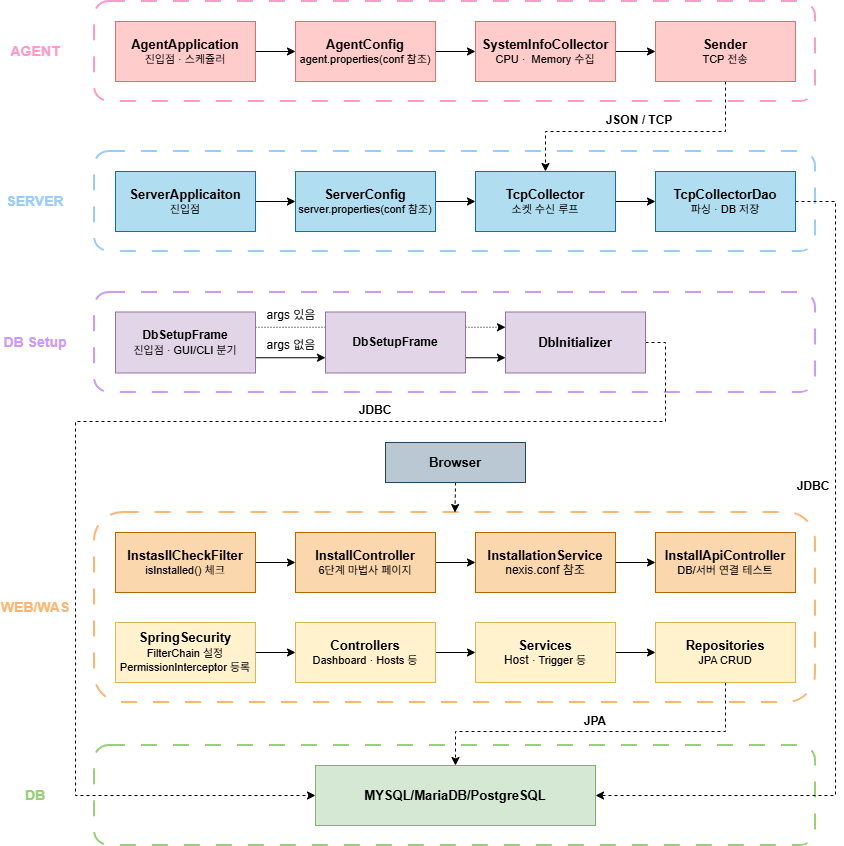
Above: assets/img/설계도.drawio.png in Hyein-Park-git/Portfolio (draw.io), before the change. Source tidied: cells renumbered, new cells last; positions are measured from the earlier drawing's top-left corner, leaving out a move shared by most shapes.
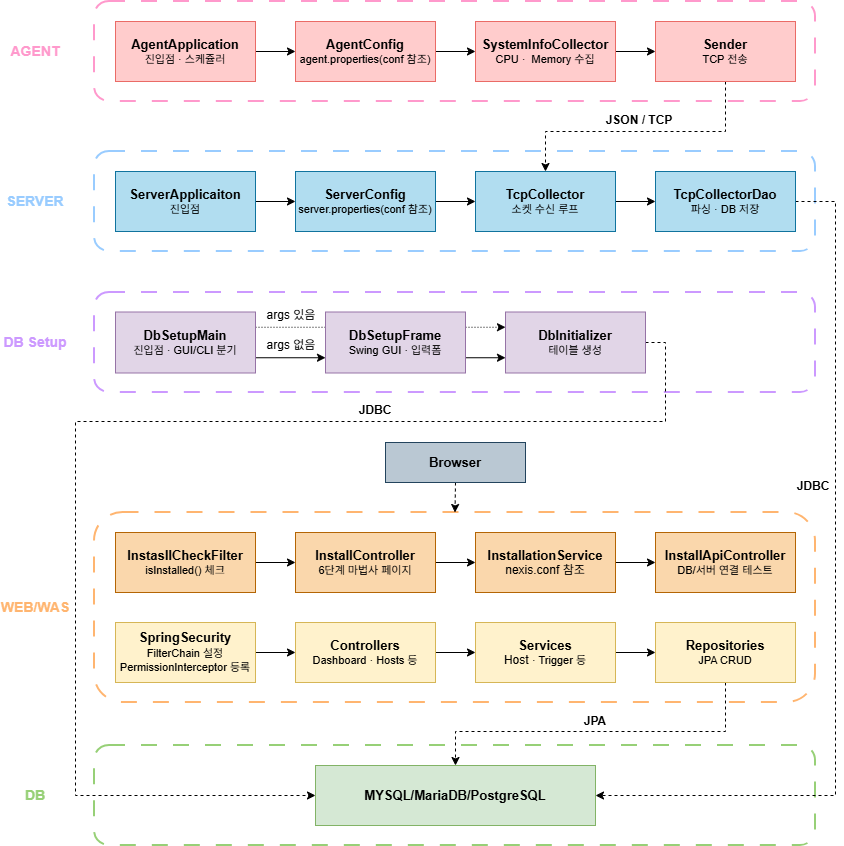
The same diagram one commit later.

The edit, as a diff of the source:
```diff
@@ -81,7 +81,7 @@
     <mxCell id="24" style="edgeStyle=orthogonalEdgeStyle;rounded=0;jettySize=auto;html=1;exitX=1;exitY=0.75;exitDx=0;exitDy=0;entryX=0;entryY=0.75;entryDx=0;entryDy=0;" parent="1" edge="1" source="25" target="27">
       <mxGeometry relative="1" as="geometry" />
     </mxCell>
-    <mxCell id="25" value="&lt;b&gt;DbSetupFrame&lt;/b&gt;" style="rounded=0;whiteSpace=wrap;html=1;fillColor=#e1d5e7;strokeColor=#9673a6;" parent="1" vertex="1">
+    <mxCell id="25" value="&lt;b&gt;&lt;font style=&quot;font-size: 13px;&quot;&gt;DbSetupFrame&lt;/font&gt;&lt;/b&gt;&lt;div&gt;&lt;font style=&quot;font-size: 11px;&quot;&gt;Swing GUI&amp;nbsp;&lt;/font&gt;&lt;span style=&quot;font-size: 11px; background-color: transparent; color: light-dark(rgb(0, 0, 0), rgb(255, 255, 255));&quot;&gt;·&lt;/span&gt;&lt;span style=&quot;font-size: 11px; background-color: transparent; color: light-dark(rgb(0, 0, 0), rgb(255, 255, 255));&quot;&gt;&amp;nbsp;입력폼&lt;/span&gt;&lt;/div&gt;" style="rounded=0;whiteSpace=wrap;html=1;fillColor=#e1d5e7;strokeColor=#9673a6;" parent="1" vertex="1">
       <mxGeometry x="325" y="310.5" width="140" height="61" as="geometry" />
     </mxCell>
     <mxCell id="26" style="edgeStyle=orthogonalEdgeStyle;rounded=0;jettySize=auto;html=1;exitX=1;exitY=0.5;exitDx=0;exitDy=0;dashed=1;entryX=0;entryY=0.5;entryDx=0;entryDy=0;" parent="1" edge="1" source="27" target="45">
@@ -94,7 +94,7 @@
         </Array>
       </mxGeometry>
     </mxCell>
-    <mxCell id="27" value="&lt;b&gt;&lt;font style=&quot;font-size: 13px;&quot;&gt;DbInitializer&lt;/font&gt;&lt;/b&gt;" style="rounded=0;whiteSpace=wrap;html=1;fillColor=#e1d5e7;strokeColor=#9673a6;" parent="1" vertex="1">
+    <mxCell id="27" value="&lt;b&gt;&lt;font style=&quot;font-size: 13px;&quot;&gt;DbInitializer&lt;/font&gt;&lt;/b&gt;&lt;div&gt;&lt;font style=&quot;font-size: 11px;&quot;&gt;테이블 생성&lt;/font&gt;&lt;/div&gt;" style="rounded=0;whiteSpace=wrap;html=1;fillColor=#e1d5e7;strokeColor=#9673a6;" parent="1" vertex="1">
       <mxGeometry x="505" y="310.5" width="140" height="61" as="geometry" />
     </mxCell>
     <mxCell id="28" style="edgeStyle=orthogonalEdgeStyle;rounded=0;jettySize=auto;html=1;exitX=1;exitY=0.5;exitDx=0;exitDy=0;" parent="1" edge="1" source="29" target="33">
@@ -188,7 +188,7 @@
     <mxCell id="55" style="edgeStyle=orthogonalEdgeStyle;rounded=0;jettySize=auto;html=1;exitX=1;exitY=0.75;exitDx=0;exitDy=0;entryX=0;entryY=0.75;entryDx=0;entryDy=0;" parent="1" edge="1" source="56" target="25">
       <mxGeometry relative="1" as="geometry" />
     </mxCell>
-    <mxCell id="56" value="&lt;b&gt;DbSetupFrame&lt;/b&gt;&lt;div&gt;&lt;font style=&quot;font-size: 11px;&quot;&gt;진입점&amp;nbsp;&lt;/font&gt;&lt;span style=&quot;font-size: 11px; background-color: transparent; color: light-dark(rgb(0, 0, 0), rgb(255, 255, 255));&quot;&gt;·&amp;nbsp;&lt;/span&gt;&lt;span style=&quot;font-size: 11px; background-color: transparent; color: light-dark(rgb(0, 0, 0), rgb(255, 255, 255));&quot;&gt;GUI/CLI 분기&lt;/span&gt;&lt;/div&gt;" style="rounded=0;whiteSpace=wrap;html=1;fillColor=#e1d5e7;strokeColor=#9673a6;" parent="1" vertex="1">
+    <mxCell id="56" value="&lt;b&gt;&lt;font style=&quot;font-size: 13px;&quot;&gt;DbSetupMain&lt;/font&gt;&lt;/b&gt;&lt;div&gt;&lt;font style=&quot;font-size: 11px;&quot;&gt;진입점&amp;nbsp;&lt;/font&gt;&lt;span style=&quot;font-size: 11px; background-color: transparent; color: light-dark(rgb(0, 0, 0), rgb(255, 255, 255));&quot;&gt;·&amp;nbsp;&lt;/span&gt;&lt;span style=&quot;font-size: 11px; background-color: transparent; color: light-dark(rgb(0, 0, 0), rgb(255, 255, 255));&quot;&gt;GUI/CLI 분기&lt;/span&gt;&lt;/div&gt;" style="rounded=0;whiteSpace=wrap;html=1;fillColor=#e1d5e7;strokeColor=#9673a6;" parent="1" vertex="1">
       <mxGeometry x="115" y="310.5" width="140" height="61" as="geometry" />
     </mxCell>
     <mxCell id="57" value="args 없음" style="text;html=1;whiteSpace=wrap;strokeColor=none;fillColor=none;align=center;verticalAlign=middle;rounded=0;" parent="1" vertex="1">
```
